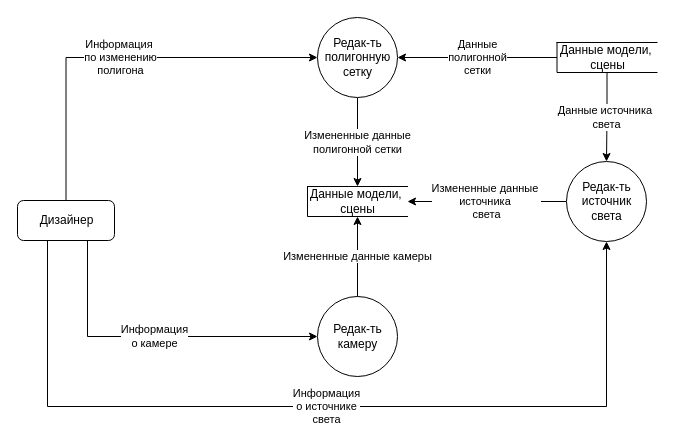
Before: page "Редактирование_V2" (4 of 4) of module_2/DFD.drawio in SheinEA/gb_architect, a draw.io diagram. Source tidied: cells renumbered, new cells numbered last; positions are measured from the earlier drawing's top-left corner, leaving out a move shared by most shapes. Both pictures are drawn from the tidied source at 100%, with x=0, y=0 at pixel (17, 17).
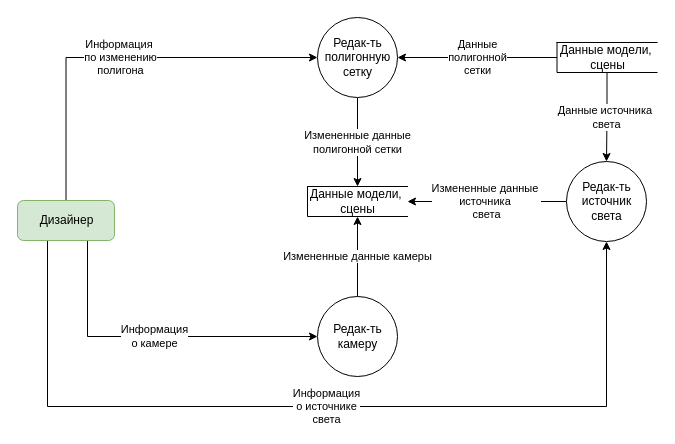
After the change.

Diff of the diagram source:
```diff
@@
-    <mxCell id="12" value="Дизайнер" style="html=1;dashed=0;whitespace=wrap;rounded=1;" parent="1" vertex="1">
+    <mxCell id="12" value="Дизайнер" style="html=1;dashed=0;whitespace=wrap;rounded=1;fillColor=#d5e8d4;strokeColor=#82b366;" parent="1" vertex="1">
       <mxGeometry y="183" width="97" height="40" as="geometry" />
     </mxCell>
```
